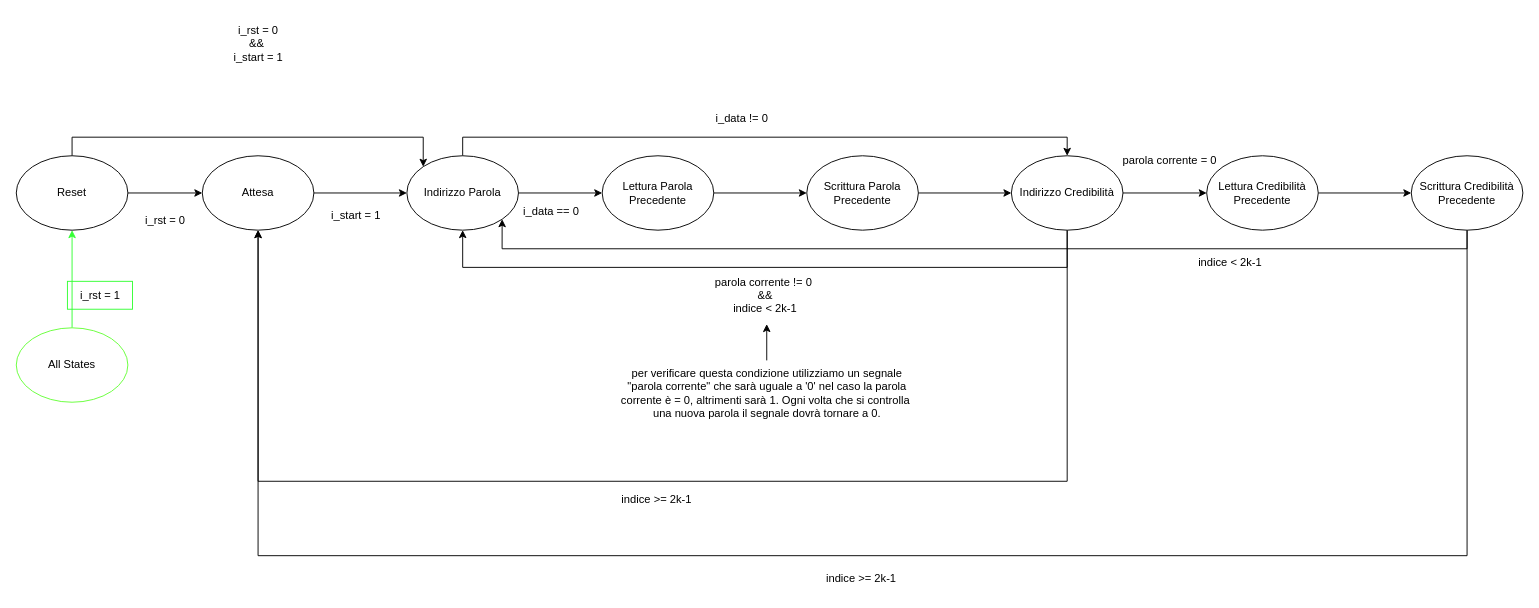
Earlier version of the draw.io diagram FSM_RL.drawio (orlandoparise/Progetto-Reti-Logiche-2023-2024). Source tidied: cells renumbered, new cells numbered last; positions are measured from the earlier drawing's top-left corner, leaving out a move shared by most shapes. Both pictures are drawn from the tidied source at 93%, with x=0, y=0 at pixel (16, 16).
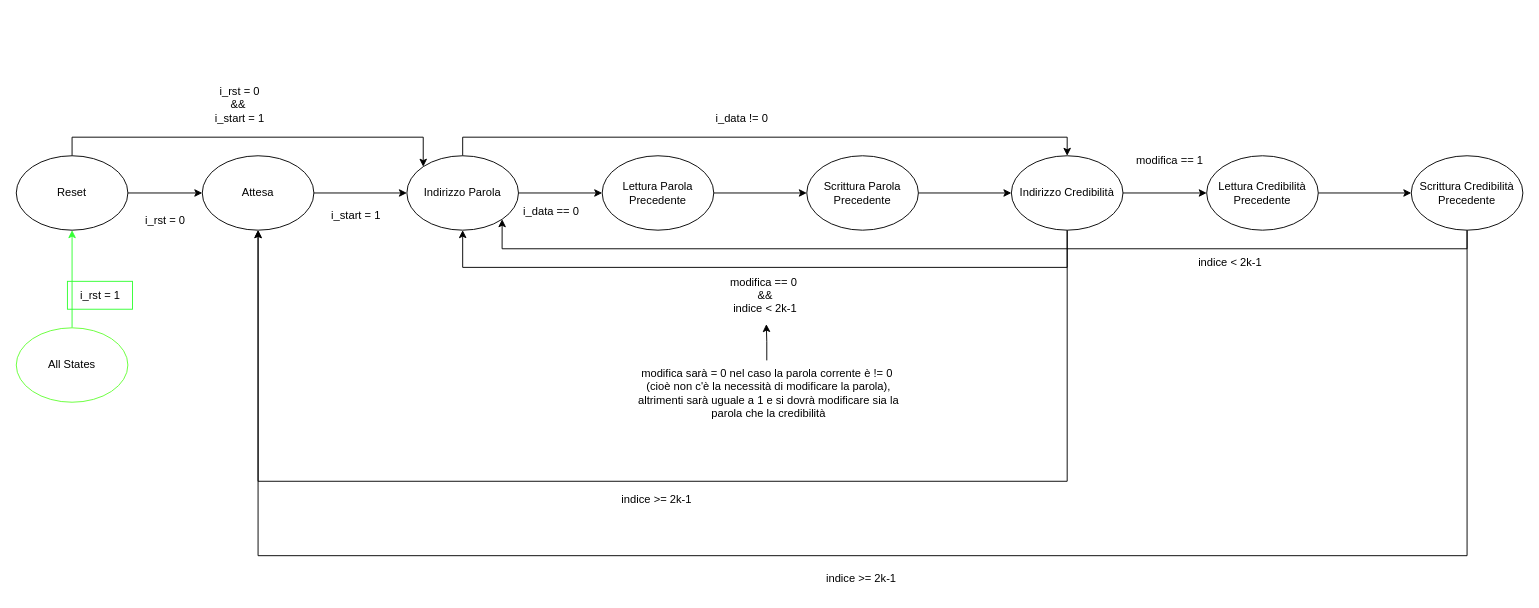
The same diagram, later.

Commit message:
moved text box

What changed in the source:
```diff
@@
-    <mxCell id="27" value="parola corrente != 0&amp;nbsp;&lt;br&gt;&amp;amp;&amp;amp;&lt;br&gt;indice &amp;lt; 2k-1" style="text;html=1;align=center;verticalAlign=middle;points=[];strokeColor=none;fillColor=none;" parent="1" vertex="1">
-      <mxGeometry x="740" y="270" width="130" height="60" as="geometry" />
+    <mxCell id="27" value="modifica == 0&amp;nbsp;&lt;br&gt;&amp;amp;&amp;amp;&lt;br&gt;indice &amp;lt; 2k-1" style="text;html=1;align=center;verticalAlign=middle;points=[];strokeColor=none;fillColor=none;" parent="1" vertex="1">
+      <mxGeometry x="755" y="270" width="100" height="60" as="geometry" />
     </mxCell>
@@
-    <mxCell id="29" value="per verificare questa condizione utilizziamo un segnale&lt;br&gt;&quot;parola corrente&quot; che sarà uguale a '0' nel caso la parola&lt;br&gt;corrente è = 0, altrimenti sarà 1. Ogni volta che si controlla&amp;nbsp;&lt;br&gt;una nuova parola il segnale dovrà tornare a 0." style="text;html=1;align=center;verticalAlign=middle;points=[];strokeColor=none;fillColor=none;" parent="1" vertex="1">
-      <mxGeometry x="637" y="370" width="340" height="70" as="geometry" />
+    <mxCell id="29" value="modifica sarà = 0 nel caso la parola corrente è != 0&lt;br&gt;&amp;nbsp;(cioè non c'è la necessità di modificare la parola),&lt;br&gt;&amp;nbsp;altrimenti sarà uguale a 1 e si dovrà modificare sia la&lt;br&gt;&amp;nbsp;parola che la credibilità" style="text;html=1;align=center;verticalAlign=middle;points=[];strokeColor=none;fillColor=none;" parent="1" vertex="1">
+      <mxGeometry x="652" y="370" width="310" height="70" as="geometry" />
     </mxCell>
-    <mxCell id="30" value="parola corrente = 0" style="text;html=1;align=center;verticalAlign=middle;strokeColor=none;fillColor=none;" parent="1" vertex="1">
-      <mxGeometry x="1180" y="140" width="120" height="30" as="geometry" />
+    <mxCell id="30" value="modifica == 1" style="text;html=1;align=center;verticalAlign=middle;strokeColor=none;fillColor=none;" parent="1" vertex="1">
+      <mxGeometry x="1190" y="140" width="100" height="30" as="geometry" />
     </mxCell>
@@
     <mxCell id="33" value="i_rst = 0&lt;br&gt;&amp;amp;&amp;amp;&amp;nbsp;&lt;br&gt;i_start = 1" style="text;html=1;align=center;verticalAlign=middle;strokeColor=none;fillColor=none;" parent="1" vertex="1">
-      <mxGeometry x="220" width="80" height="60" as="geometry" />
+      <mxGeometry x="200" y="65" width="80" height="60" as="geometry" />
     </mxCell>
```
